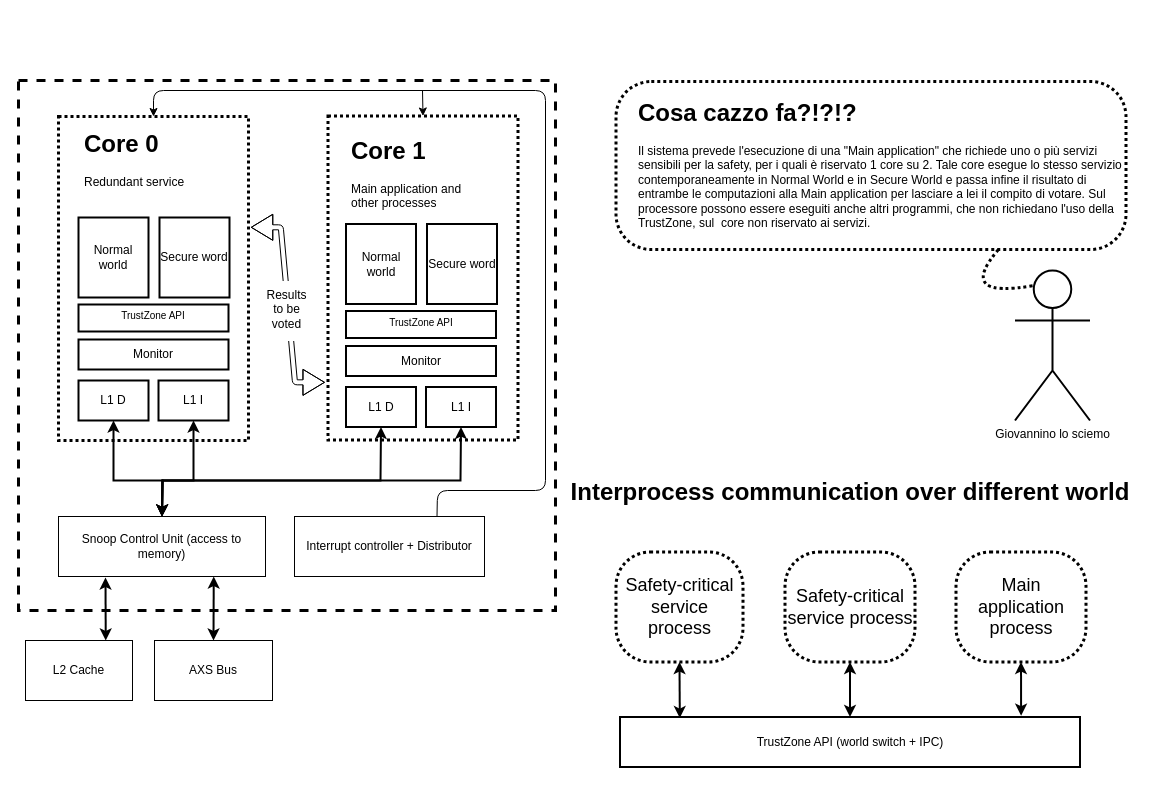
Before: page "Page-3" (4 of 4) of Untitled Diagram.drawio in gabrielegiannini/quality-and-certification-project, a draw.io diagram. Source tidied: cells renumbered, new cells numbered last; positions are measured from the earlier drawing's top-left corner, leaving out a move shared by most shapes. Both pictures are drawn from the tidied source at 100%, with x=0, y=0 at pixel (18, 80).
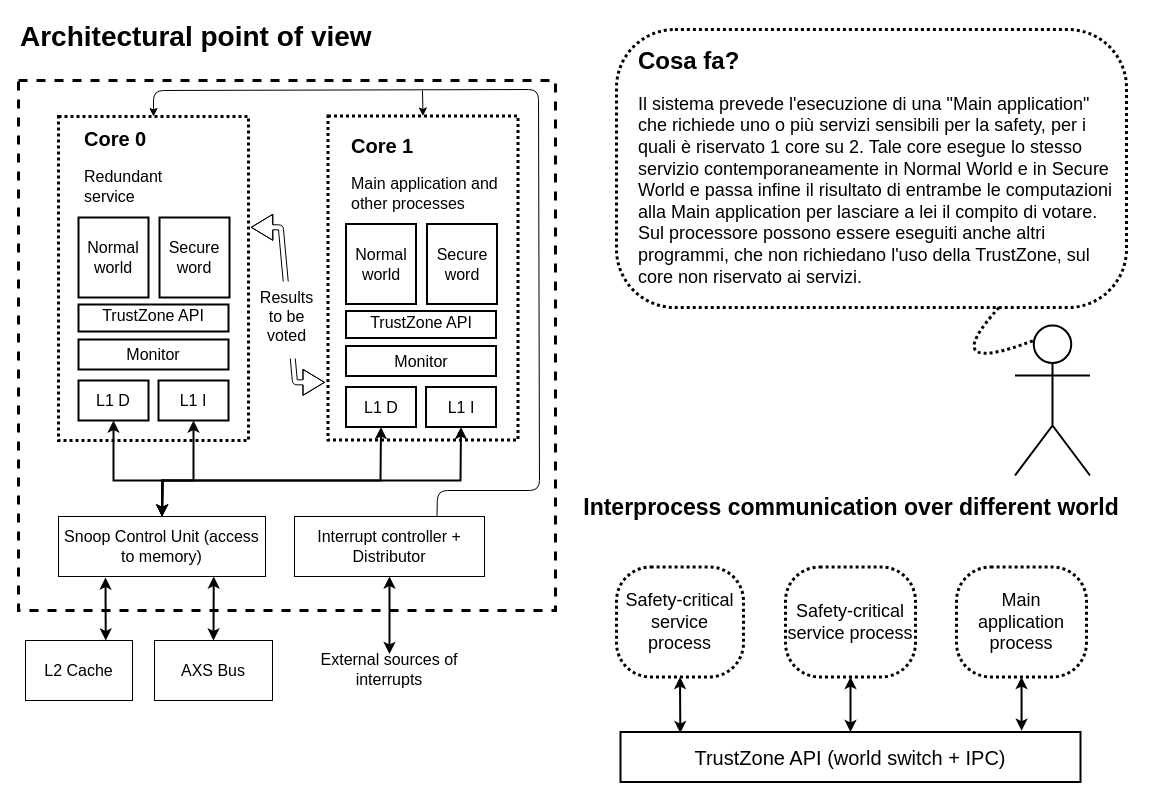
After the change.

What changed in the source:
```diff
@@
-    <mxCell id="2" style="rounded=0;whiteSpace=wrap;html=1;fillColor=none;dashed=1;strokeWidth=3;" parent="1" vertex="1">
+    <mxCell id="2" style="rounded=0;whiteSpace=wrap;html=1;fillColor=none;dashed=1;strokeWidth=3;fontSize=16;" parent="1" vertex="1">
       <mxGeometry width="537" height="530" as="geometry" />
     </mxCell>
-    <mxCell id="3" style="rounded=0;whiteSpace=wrap;html=1;fillColor=none;dashed=1;strokeWidth=3;dashPattern=1 1;" parent="1" vertex="1">
+    <mxCell id="3" style="rounded=0;whiteSpace=wrap;html=1;fillColor=none;dashed=1;strokeWidth=3;dashPattern=1 1;fontSize=16;" parent="1" vertex="1">
       <mxGeometry x="40" y="36" width="190" height="324" as="geometry" />
     </mxCell>
-    <mxCell id="4" style="rounded=0;whiteSpace=wrap;html=1;fillColor=none;dashed=1;strokeWidth=3;dashPattern=1 1;" parent="1" vertex="1">
+    <mxCell id="4" style="rounded=0;whiteSpace=wrap;html=1;fillColor=none;dashed=1;strokeWidth=3;dashPattern=1 1;fontSize=16;" parent="1" vertex="1">
       <mxGeometry x="309.5" y="35.5" width="190" height="324" as="geometry" />
     </mxCell>
-    <mxCell id="5" value="&lt;h1&gt;Core 0&lt;br&gt;&lt;/h1&gt;&lt;p&gt;Redundant service&lt;br&gt;&lt;/p&gt;" style="text;html=1;strokeColor=none;fillColor=none;spacing=5;spacingTop=-20;whiteSpace=wrap;overflow=hidden;rounded=0;dashed=1;" parent="1" vertex="1">
+    <mxCell id="5" value="&lt;h1 style=&quot;font-size: 20px&quot;&gt;Core 0&lt;br style=&quot;font-size: 16px&quot;&gt;&lt;/h1&gt;&lt;p style=&quot;font-size: 16px&quot;&gt;Redundant service&lt;br style=&quot;font-size: 16px&quot;&gt;&lt;/p&gt;" style="text;html=1;strokeColor=none;fillColor=none;spacing=5;spacingTop=-20;whiteSpace=wrap;overflow=hidden;rounded=0;dashed=1;fontSize=16;" parent="1" vertex="1">
       <mxGeometry x="60.5" y="44" width="120" height="80" as="geometry" />
     </mxCell>
-    <mxCell id="6" value="&lt;h1&gt;Core 1&lt;br&gt;&lt;/h1&gt;&lt;p&gt;Main application and other processes&lt;br&gt;&lt;/p&gt;" style="text;html=1;strokeColor=none;fillColor=none;spacing=5;spacingTop=-20;whiteSpace=wrap;overflow=hidden;rounded=0;dashed=1;" parent="1" vertex="1">
-      <mxGeometry x="327.5" y="50.5" width="126" height="95" as="geometry" />
+    <mxCell id="6" value="&lt;h1 style=&quot;font-size: 20px&quot;&gt;Core 1&lt;br style=&quot;font-size: 16px&quot;&gt;&lt;/h1&gt;&lt;p style=&quot;font-size: 16px&quot;&gt;Main application and other processes&lt;br style=&quot;font-size: 16px&quot;&gt;&lt;/p&gt;" style="text;html=1;strokeColor=none;fillColor=none;spacing=5;spacingTop=-20;whiteSpace=wrap;overflow=hidden;rounded=0;dashed=1;fontSize=16;" parent="1" vertex="1">
+      <mxGeometry x="328" y="51" width="160" height="95" as="geometry" />
     </mxCell>
-    <mxCell id="7" value="Normal world" style="rounded=0;whiteSpace=wrap;html=1;strokeWidth=2;fillColor=none;strokeColor=#000000;" parent="1" vertex="1">
+    <mxCell id="7" value="Normal world" style="rounded=0;whiteSpace=wrap;html=1;strokeWidth=2;fillColor=none;strokeColor=#000000;fontSize=16;" parent="1" vertex="1">
       <mxGeometry x="60" y="137" width="70" height="80" as="geometry" />
     </mxCell>
-    <mxCell id="8" value="Secure word" style="rounded=0;whiteSpace=wrap;html=1;strokeWidth=2;fillColor=none;strokeColor=#000000;" parent="1" vertex="1">
+    <mxCell id="8" value="Secure word" style="rounded=0;whiteSpace=wrap;html=1;strokeWidth=2;fillColor=none;strokeColor=#000000;fontSize=16;" parent="1" vertex="1">
       <mxGeometry x="141" y="137" width="70" height="80" as="geometry" />
     </mxCell>
-    <mxCell id="9" value="Monitor" style="rounded=0;whiteSpace=wrap;html=1;strokeColor=#000000;strokeWidth=2;fillColor=none;" parent="1" vertex="1">
+    <mxCell id="9" value="Monitor" style="rounded=0;whiteSpace=wrap;html=1;strokeColor=#000000;strokeWidth=2;fillColor=none;fontSize=16;" parent="1" vertex="1">
       <mxGeometry x="60" y="259" width="150" height="30" as="geometry" />
     </mxCell>
-    <mxCell id="10" value="L1 D" style="rounded=0;whiteSpace=wrap;html=1;strokeColor=#000000;strokeWidth=2;fillColor=none;" parent="1" vertex="1">
+    <mxCell id="10" value="L1 D" style="rounded=0;whiteSpace=wrap;html=1;strokeColor=#000000;strokeWidth=2;fillColor=none;fontSize=16;" parent="1" vertex="1">
       <mxGeometry x="60" y="300" width="70" height="40" as="geometry" />
     </mxCell>
-    <mxCell id="11" value="L1 I" style="rounded=0;whiteSpace=wrap;html=1;strokeColor=#000000;strokeWidth=2;fillColor=none;" parent="1" vertex="1">
+    <mxCell id="11" value="L1 I" style="rounded=0;whiteSpace=wrap;html=1;strokeColor=#000000;strokeWidth=2;fillColor=none;fontSize=16;" parent="1" vertex="1">
       <mxGeometry x="140" y="300" width="70" height="40" as="geometry" />
     </mxCell>
-    <mxCell id="12" value="L1 D" style="rounded=0;whiteSpace=wrap;html=1;strokeColor=#000000;strokeWidth=2;fillColor=none;" parent="1" vertex="1">
+    <mxCell id="12" value="L1 D" style="rounded=0;whiteSpace=wrap;html=1;strokeColor=#000000;strokeWidth=2;fillColor=none;fontSize=16;" parent="1" vertex="1">
       <mxGeometry x="327.5" y="306.5" width="70" height="40" as="geometry" />
     </mxCell>
-    <mxCell id="13" value="L1 I" style="rounded=0;whiteSpace=wrap;html=1;strokeColor=#000000;strokeWidth=2;fillColor=none;" parent="1" vertex="1">
+    <mxCell id="13" value="L1 I" style="rounded=0;whiteSpace=wrap;html=1;strokeColor=#000000;strokeWidth=2;fillColor=none;fontSize=16;" parent="1" vertex="1">
       <mxGeometry x="407.5" y="306.5" width="70" height="40" as="geometry" />
     </mxCell>
-    <mxCell id="14" value="Interrupt controller + Distributor" style="rounded=0;whiteSpace=wrap;html=1;strokeColor=#000000;strokeWidth=1;fillColor=none;" parent="1" vertex="1">
+    <mxCell id="14" value="Interrupt controller + Distributor" style="rounded=0;whiteSpace=wrap;html=1;strokeColor=#000000;strokeWidth=1;fillColor=none;fontSize=16;" parent="1" vertex="1">
       <mxGeometry x="276" y="436" width="190" height="60" as="geometry" />
     </mxCell>
-    <mxCell id="15" style="endArrow=classic;html=1;exitX=0.75;exitY=0;exitDx=0;exitDy=0;entryX=0.5;entryY=0;entryDx=0;entryDy=0;rounded=1;" parent="1" edge="1" source="14" target="3">
+    <mxCell id="15" style="endArrow=classic;html=1;exitX=0.75;exitY=0;exitDx=0;exitDy=0;entryX=0.5;entryY=0;entryDx=0;entryDy=0;rounded=1;fontSize=16;" parent="1" edge="1" source="14" target="3">
       <mxGeometry relative="1" as="geometry">
         <Array as="points">
           <mxPoint x="419" y="410" />
-          <mxPoint x="527" y="410" />
-          <mxPoint x="527" y="10" />
+          <mxPoint x="521" y="410" />
+          <mxPoint x="520" y="9" />
           <mxPoint x="135" y="10" />
         </Array>
       </mxGeometry>
     </mxCell>
-    <mxCell id="16" style="endArrow=classic;html=1;entryX=0.5;entryY=0;entryDx=0;entryDy=0;" parent="1" edge="1" target="4">
+    <mxCell id="16" style="endArrow=classic;html=1;entryX=0.5;entryY=0;entryDx=0;entryDy=0;fontSize=16;" parent="1" edge="1" target="4">
       <mxGeometry relative="1" as="geometry">
         <mxPoint x="404" y="10" as="sourcePoint" />
       </mxGeometry>
     </mxCell>
-    <mxCell id="17" value="Snoop Control Unit (access to memory)" style="rounded=0;whiteSpace=wrap;html=1;strokeColor=#000000;strokeWidth=1;fillColor=none;" parent="1" vertex="1">
+    <mxCell id="17" value="Snoop Control Unit (access to memory)" style="rounded=0;whiteSpace=wrap;html=1;strokeColor=#000000;strokeWidth=1;fillColor=none;fontSize=16;" parent="1" vertex="1">
       <mxGeometry x="40" y="436" width="207" height="60" as="geometry" />
     </mxCell>
-    <mxCell id="18" style="endArrow=classic;startArrow=classic;html=1;exitX=0.5;exitY=0;exitDx=0;exitDy=0;entryX=0.5;entryY=1;entryDx=0;entryDy=0;rounded=0;strokeWidth=2;" parent="1" edge="1" source="17" target="10">
+    <mxCell id="18" style="endArrow=classic;startArrow=classic;html=1;exitX=0.5;exitY=0;exitDx=0;exitDy=0;entryX=0.5;entryY=1;entryDx=0;entryDy=0;rounded=0;strokeWidth=2;fontSize=16;" parent="1" edge="1" source="17" target="10">
       <mxGeometry relative="1" as="geometry">
         <Array as="points">
           <mxPoint x="144" y="400" />
           <mxPoint x="95" y="400" />
         </Array>
       </mxGeometry>
     </mxCell>
-    <mxCell id="19" style="endArrow=classic;startArrow=classic;html=1;exitX=0.5;exitY=0;exitDx=0;exitDy=0;entryX=0.5;entryY=1;entryDx=0;entryDy=0;rounded=0;strokeWidth=2;" parent="1" edge="1" source="17" target="11">
+    <mxCell id="19" style="endArrow=classic;startArrow=classic;html=1;exitX=0.5;exitY=0;exitDx=0;exitDy=0;entryX=0.5;entryY=1;entryDx=0;entryDy=0;rounded=0;strokeWidth=2;fontSize=16;" parent="1" edge="1" source="17" target="11">
       <mxGeometry relative="1" as="geometry">
         <Array as="points">
           <mxPoint x="144" y="400" />
           <mxPoint x="175" y="400" />
         </Array>
       </mxGeometry>
     </mxCell>
-    <mxCell id="20" style="endArrow=classic;startArrow=classic;html=1;strokeWidth=2;rounded=0;exitX=0.5;exitY=0;exitDx=0;exitDy=0;entryX=0.5;entryY=1;entryDx=0;entryDy=0;" parent="1" edge="1" source="17" target="12">
+    <mxCell id="20" style="endArrow=classic;startArrow=classic;html=1;strokeWidth=2;rounded=0;exitX=0.5;exitY=0;exitDx=0;exitDy=0;entryX=0.5;entryY=1;entryDx=0;entryDy=0;fontSize=16;" parent="1" edge="1" source="17" target="12">
       <mxGeometry relative="1" as="geometry">
         <Array as="points">
           <mxPoint x="144" y="400" />
           <mxPoint x="362" y="400" />
         </Array>
       </mxGeometry>
     </mxCell>
-    <mxCell id="21" style="endArrow=classic;startArrow=classic;html=1;strokeWidth=2;rounded=0;exitX=0.5;exitY=0;exitDx=0;exitDy=0;entryX=0.5;entryY=1;entryDx=0;entryDy=0;" parent="1" edge="1" source="17" target="13">
+    <mxCell id="21" style="endArrow=classic;startArrow=classic;html=1;strokeWidth=2;rounded=0;exitX=0.5;exitY=0;exitDx=0;exitDy=0;entryX=0.5;entryY=1;entryDx=0;entryDy=0;fontSize=16;" parent="1" edge="1" source="17" target="13">
       <mxGeometry relative="1" as="geometry">
         <Array as="points">
           <mxPoint x="144" y="400" />
           <mxPoint x="442" y="400" />
         </Array>
       </mxGeometry>
     </mxCell>
-    <mxCell id="22" style="endArrow=classic;startArrow=classic;html=1;strokeWidth=2;entryX=0.227;entryY=1.017;entryDx=0;entryDy=0;entryPerimeter=0;exitX=0.75;exitY=0;exitDx=0;exitDy=0;" parent="1" edge="1" source="23" target="17">
+    <mxCell id="22" style="endArrow=classic;startArrow=classic;html=1;strokeWidth=2;entryX=0.227;entryY=1.017;entryDx=0;entryDy=0;entryPerimeter=0;exitX=0.75;exitY=0;exitDx=0;exitDy=0;fontSize=16;" parent="1" edge="1" source="23" target="17">
       <mxGeometry relative="1" as="geometry" />
     </mxCell>
-    <mxCell id="23" value="L2 Cache" style="rounded=0;whiteSpace=wrap;html=1;strokeColor=#000000;strokeWidth=1;fillColor=none;" parent="1" vertex="1">
+    <mxCell id="23" value="L2 Cache" style="rounded=0;whiteSpace=wrap;html=1;strokeColor=#000000;strokeWidth=1;fillColor=none;fontSize=16;" parent="1" vertex="1">
       <mxGeometry x="7" y="560" width="107" height="60" as="geometry" />
     </mxCell>
-    <mxCell id="24" value="AXS Bus" style="rounded=0;whiteSpace=wrap;html=1;strokeColor=#000000;strokeWidth=1;fillColor=none;" parent="1" vertex="1">
+    <mxCell id="24" value="AXS Bus" style="rounded=0;whiteSpace=wrap;html=1;strokeColor=#000000;strokeWidth=1;fillColor=none;fontSize=16;" parent="1" vertex="1">
       <mxGeometry x="136" y="560" width="118" height="60" as="geometry" />
     </mxCell>
-    <mxCell id="25" style="endArrow=classic;startArrow=classic;html=1;strokeWidth=2;entryX=0.75;entryY=1;entryDx=0;entryDy=0;exitX=0.5;exitY=0;exitDx=0;exitDy=0;" parent="1" edge="1" source="24" target="17">
+    <mxCell id="25" style="endArrow=classic;startArrow=classic;html=1;strokeWidth=2;entryX=0.75;entryY=1;entryDx=0;entryDy=0;exitX=0.5;exitY=0;exitDx=0;exitDy=0;fontSize=16;" parent="1" edge="1" source="24" target="17">
       <mxGeometry relative="1" as="geometry" />
     </mxCell>
-    <mxCell id="26" value="&lt;p style=&quot;line-height: 110% ; font-size: 10px&quot;&gt;&lt;font style=&quot;font-size: 10px&quot;&gt;TrustZone API&lt;/font&gt;&lt;/p&gt;" style="rounded=0;whiteSpace=wrap;html=1;fillColor=none;strokeWidth=2;rotation=0;labelPosition=center;verticalLabelPosition=middle;align=center;verticalAlign=middle;spacingTop=-5;" parent="1" vertex="1">
+    <mxCell id="26" value="&lt;p style=&quot;line-height: 110%; font-size: 16px;&quot;&gt;&lt;font style=&quot;font-size: 16px;&quot;&gt;TrustZone API&lt;/font&gt;&lt;/p&gt;" style="rounded=0;whiteSpace=wrap;html=1;fillColor=none;strokeWidth=2;rotation=0;labelPosition=center;verticalLabelPosition=middle;align=center;verticalAlign=middle;spacingTop=-5;fontSize=16;" parent="1" vertex="1">
       <mxGeometry x="60" y="224" width="150" height="27" as="geometry" />
     </mxCell>
     <mxCell id="27" style="whiteSpace=wrap;html=1;rounded=1;arcSize=21;align=center;verticalAlign=middle;strokeWidth=3;spacing=4;fillColor=none;dashed=1;dashPattern=1 1;" parent="1" vertex="1">
-      <mxGeometry x="597.5" y="1" width="510" height="168" as="geometry" />
+      <mxGeometry x="598" y="-51" width="510" height="278" as="geometry" />
     </mxCell>
-    <mxCell id="28" value="&lt;h1&gt;Cosa cazzo fa?!?!?&lt;br&gt;&lt;/h1&gt;&lt;p&gt;Il sistema prevede l'esecuzione di una &quot;Main application&quot; che richiede uno o più servizi sensibili per la safety, per i quali è riservato 1 core su 2. Tale core esegue lo stesso servizio contemporaneamente in Normal World e in Secure World e passa infine il risultato di entrambe le computazioni alla Main application per lasciare a lei il compito di votare. Sul processore possono essere eseguiti anche altri programmi, che non richiedano l'uso della TrustZone, sul&amp;nbsp; core non riservato ai servizi.&lt;br&gt;&lt;/p&gt;" style="text;html=1;strokeColor=none;fillColor=none;spacing=5;spacingTop=-20;whiteSpace=wrap;overflow=hidden;rounded=0;" parent="1" vertex="1">
-      <mxGeometry x="614.5" y="13" width="492" height="146" as="geometry" />
+    <mxCell id="28" value="&lt;h1&gt;Cosa fa?&lt;br&gt;&lt;/h1&gt;&lt;p style=&quot;font-size: 18px&quot;&gt;Il sistema prevede l'esecuzione di una &quot;Main application&quot; che richiede uno o più servizi sensibili per la safety, per i quali è riservato 1 core su 2. Tale core esegue lo stesso servizio contemporaneamente in Normal World e in Secure World e passa infine il risultato di entrambe le computazioni alla Main application per lasciare a lei il compito di votare. Sul processore possono essere eseguiti anche altri programmi, che non richiedano l'uso della TrustZone, sul&amp;nbsp; core non riservato ai servizi.&lt;br&gt;&lt;/p&gt;" style="text;html=1;strokeColor=none;fillColor=none;spacing=5;spacingTop=-20;whiteSpace=wrap;overflow=hidden;rounded=0;" parent="1" vertex="1">
+      <mxGeometry x="615" y="-39" width="492" height="246" as="geometry" />
     </mxCell>
-    <mxCell id="29" value="Giovannino lo sciemo" style="shape=umlActor;verticalLabelPosition=bottom;labelBackgroundColor=#ffffff;verticalAlign=top;html=1;outlineConnect=0;strokeWidth=2;fillColor=none;" parent="1" vertex="1">
-      <mxGeometry x="996.5" y="190" width="75" height="150" as="geometry" />
+    <mxCell id="29" style="shape=umlActor;verticalLabelPosition=bottom;labelBackgroundColor=#ffffff;verticalAlign=top;html=1;outlineConnect=0;strokeWidth=2;fillColor=none;" parent="1" vertex="1">
+      <mxGeometry x="996.5" y="245" width="75" height="150" as="geometry" />
     </mxCell>
     <mxCell id="30" style="curved=1;endArrow=none;html=1;exitX=0.75;exitY=1;exitDx=0;exitDy=0;entryX=0.25;entryY=0.1;entryDx=0;entryDy=0;entryPerimeter=0;endFill=0;dashed=1;dashPattern=1 1;strokeWidth=3;" parent="1" edge="1" source="27" target="29">
       <mxGeometry relative="1" as="geometry">
         <Array as="points">
-          <mxPoint x="937" y="219" />
+          <mxPoint x="917" y="297" />
         </Array>
       </mxGeometry>
     </mxCell>
-    <mxCell id="31" value="&lt;h1&gt;Interprocess communication over different world&lt;br&gt;&lt;/h1&gt;" style="text;html=1;strokeColor=none;fillColor=none;align=center;verticalAlign=middle;whiteSpace=wrap;rounded=0;dashed=1;dashPattern=1 1;" parent="1" vertex="1">
-      <mxGeometry x="537" y="382" width="590" height="60" as="geometry" />
+    <mxCell id="31" value="&lt;h1 style=&quot;font-size: 23px&quot;&gt;&lt;font style=&quot;font-size: 23px&quot;&gt;Interprocess communication over different world&lt;br&gt;&lt;/font&gt;&lt;/h1&gt;" style="text;html=1;strokeColor=none;fillColor=none;align=center;verticalAlign=middle;whiteSpace=wrap;rounded=0;dashed=1;dashPattern=1 1;" parent="1" vertex="1">
+      <mxGeometry x="537.5" y="397" width="590" height="60" as="geometry" />
     </mxCell>
     <mxCell id="32" style="group;" parent="1" vertex="1">
-      <mxGeometry x="597.5" y="471.5" width="470" height="215" as="geometry" />
+      <mxGeometry x="598" y="486.5" width="470" height="215" as="geometry" />
     </mxCell>
@@
-    <mxCell id="38" value="TrustZone API (world switch + IPC)" style="rounded=0;whiteSpace=wrap;html=1;shadow=0;glass=0;comic=0;strokeWidth=2;fillColor=none;" parent="32" vertex="1">
+    <mxCell id="38" value="&lt;font style=&quot;font-size: 20px&quot;&gt;TrustZone API (world switch + IPC)&lt;/font&gt;" style="rounded=0;whiteSpace=wrap;html=1;shadow=0;glass=0;comic=0;strokeWidth=2;fillColor=none;" parent="32" vertex="1">
       <mxGeometry x="4" y="165" width="460" height="50" as="geometry" />
     </mxCell>
@@
-    <mxCell id="40" value="Normal world" style="rounded=0;whiteSpace=wrap;html=1;strokeWidth=2;fillColor=none;strokeColor=#000000;" parent="1" vertex="1">
+    <mxCell id="40" value="Normal world" style="rounded=0;whiteSpace=wrap;html=1;strokeWidth=2;fillColor=none;strokeColor=#000000;fontSize=16;" parent="1" vertex="1">
       <mxGeometry x="327.5" y="143.5" width="70" height="80" as="geometry" />
     </mxCell>
-    <mxCell id="41" value="Secure word" style="rounded=0;whiteSpace=wrap;html=1;strokeWidth=2;fillColor=none;strokeColor=#000000;" parent="1" vertex="1">
+    <mxCell id="41" value="Secure word" style="rounded=0;whiteSpace=wrap;html=1;strokeWidth=2;fillColor=none;strokeColor=#000000;fontSize=16;" parent="1" vertex="1">
       <mxGeometry x="408.5" y="143.5" width="70" height="80" as="geometry" />
     </mxCell>
-    <mxCell id="42" value="Monitor" style="rounded=0;whiteSpace=wrap;html=1;strokeColor=#000000;strokeWidth=2;fillColor=none;" parent="1" vertex="1">
+    <mxCell id="42" value="Monitor" style="rounded=0;whiteSpace=wrap;html=1;strokeColor=#000000;strokeWidth=2;fillColor=none;fontSize=16;" parent="1" vertex="1">
       <mxGeometry x="327.5" y="265.5" width="150" height="30" as="geometry" />
     </mxCell>
-    <mxCell id="43" value="&lt;p style=&quot;line-height: 110% ; font-size: 10px&quot;&gt;&lt;font style=&quot;font-size: 10px&quot;&gt;TrustZone API&lt;/font&gt;&lt;/p&gt;" style="rounded=0;whiteSpace=wrap;html=1;fillColor=none;strokeWidth=2;rotation=0;labelPosition=center;verticalLabelPosition=middle;align=center;verticalAlign=middle;spacingTop=-5;" parent="1" vertex="1">
+    <mxCell id="43" value="&lt;p style=&quot;line-height: 110%; font-size: 16px;&quot;&gt;&lt;font style=&quot;font-size: 16px;&quot;&gt;TrustZone API&lt;/font&gt;&lt;/p&gt;" style="rounded=0;whiteSpace=wrap;html=1;fillColor=none;strokeWidth=2;rotation=0;labelPosition=center;verticalLabelPosition=middle;align=center;verticalAlign=middle;spacingTop=-5;fontSize=16;" parent="1" vertex="1">
       <mxGeometry x="327.5" y="230.5" width="150" height="27" as="geometry" />
     </mxCell>
-    <mxCell id="44" style="shape=flexArrow;endArrow=classic;startArrow=classic;html=1;edgeStyle=entityRelationEdgeStyle;width=5;endSize=6.833333333333333;entryX=-0.016;entryY=0.822;entryDx=0;entryDy=0;entryPerimeter=0;exitX=1.012;exitY=0.342;exitDx=0;exitDy=0;exitPerimeter=0;startSize=6.833333333333333;" parent="1" edge="1" source="3" target="4">
+    <mxCell id="44" style="shape=flexArrow;endArrow=classic;startArrow=classic;html=1;edgeStyle=entityRelationEdgeStyle;width=5;endSize=6.833333333333333;entryX=-0.016;entryY=0.822;entryDx=0;entryDy=0;entryPerimeter=0;exitX=1.012;exitY=0.342;exitDx=0;exitDy=0;exitPerimeter=0;startSize=6.833333333333333;fontSize=16;" parent="1" edge="1" source="3" target="4">
       <mxGeometry relative="1" as="geometry" />
     </mxCell>
-    <mxCell id="45" value="&lt;div align=&quot;center&quot;&gt;Results to be voted&lt;/div&gt;&lt;div align=&quot;center&quot;&gt;&lt;br&gt;&lt;/div&gt;" style="text;html=1;align=center;verticalAlign=top;whiteSpace=wrap;rounded=0;fillColor=#ffffff;" parent="1" vertex="1">
-      <mxGeometry x="245" y="200.5" width="47" height="60" as="geometry" />
+    <mxCell id="45" value="&lt;div style=&quot;font-size: 16px;&quot; align=&quot;center&quot;&gt;Results to be voted&lt;/div&gt;&lt;div style=&quot;font-size: 16px;&quot; align=&quot;center&quot;&gt;&lt;br style=&quot;font-size: 16px;&quot;&gt;&lt;/div&gt;" style="text;html=1;align=center;verticalAlign=top;whiteSpace=wrap;rounded=0;fillColor=#ffffff;fontSize=16;" parent="1" vertex="1">
+      <mxGeometry x="245" y="201" width="47" height="77" as="geometry" />
     </mxCell>
+    <mxCell id="46" value="&lt;div style=&quot;font-size: 28px&quot;&gt;&lt;b&gt;&lt;font style=&quot;font-size: 28px&quot;&gt;Architectural point of vie&lt;/font&gt;w&lt;/b&gt;&lt;/div&gt;" style="text;html=1;align=left;verticalAlign=top;spacingTop=-4;imageAspect=1;" parent="1" vertex="1">
+      <mxGeometry y="-63" width="370" height="20" as="geometry" />
+    </mxCell>
+    <mxCell id="47" style="endArrow=classic;startArrow=classic;html=1;entryX=0.5;entryY=1;entryDx=0;entryDy=0;strokeWidth=2;exitX=0.5;exitY=0;exitDx=0;exitDy=0;fontSize=16;" parent="1" edge="1" source="48" target="14">
+      <mxGeometry relative="1" as="geometry" />
+    </mxCell>
+    <mxCell id="48" value="&lt;font style=&quot;font-size: 16px&quot;&gt;External sources of interrupts&lt;/font&gt;" style="text;html=1;strokeColor=none;fillColor=none;align=center;verticalAlign=middle;whiteSpace=wrap;rounded=0;fontSize=16;" parent="1" vertex="1">
+      <mxGeometry x="276" y="573.5" width="190" height="30" as="geometry" />
+    </mxCell>
```
